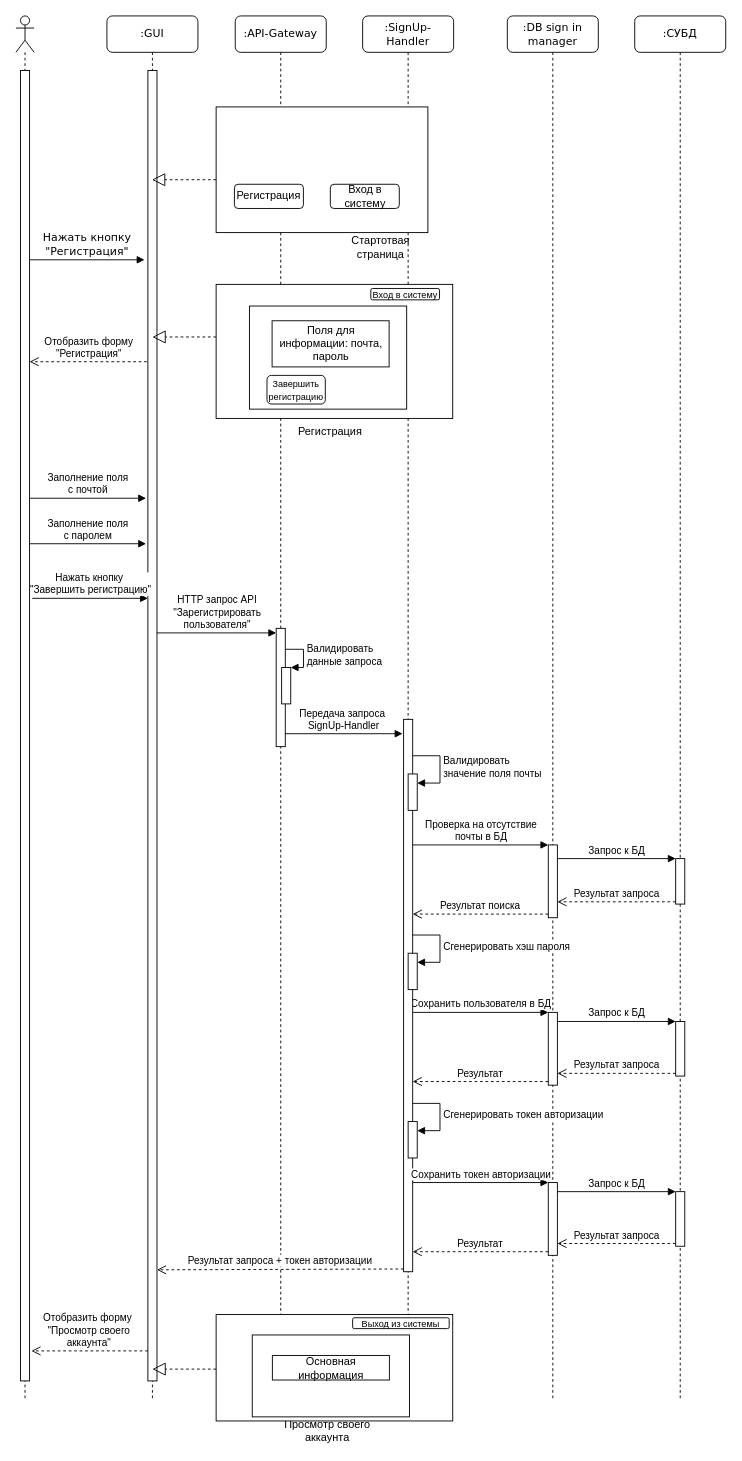
This is raw_diagrams/sign_up_request_flow_diagram.drawio from AS2/internet_technologies, a draw.io file, before an edit. Source tidied: cells renumbered, new cells numbered last; positions are measured from the earlier drawing's top-left corner, leaving out a move shared by most shapes. Both pictures are drawn from the tidied source at 91%, with x=0, y=0 at pixel (15, 15).
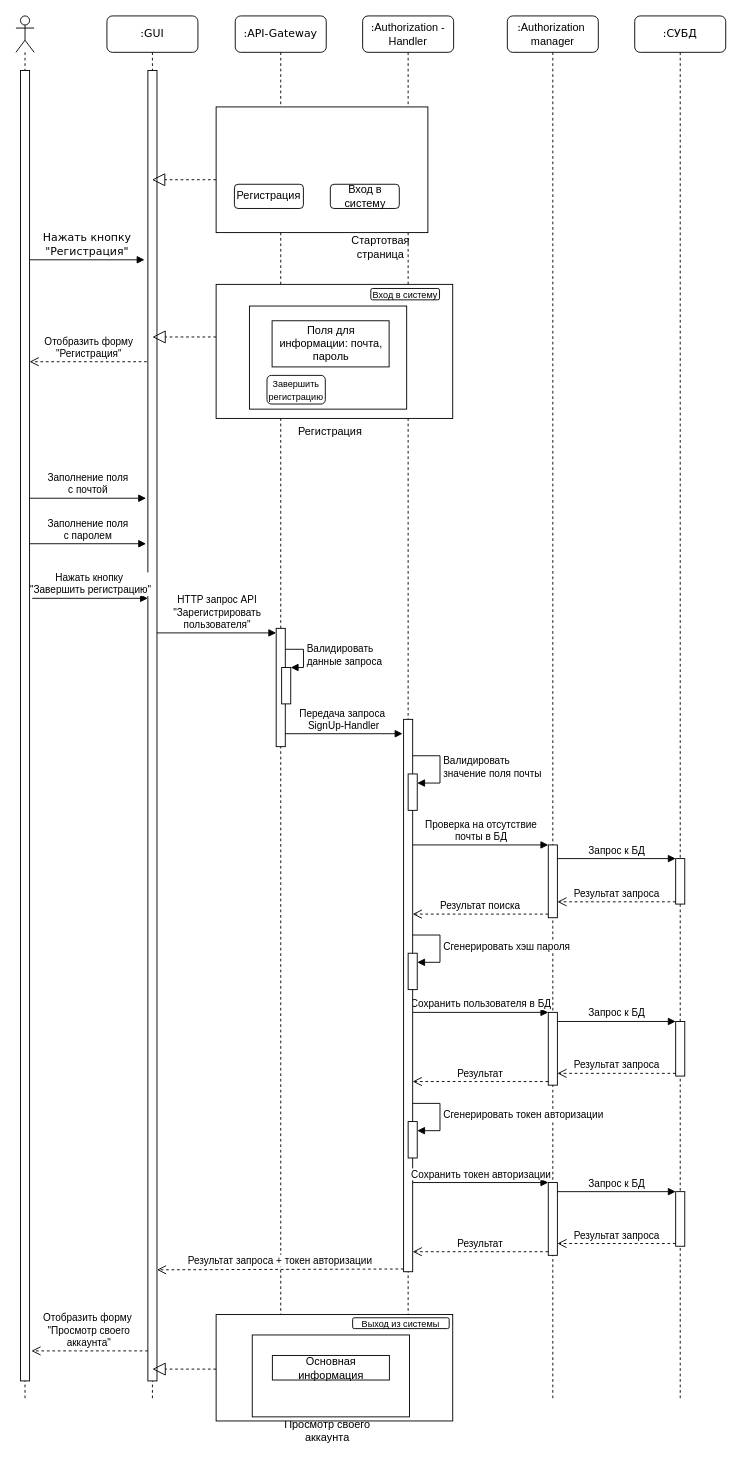
The same diagram, later.

Commit message (it also covers changes not shown here):
Fixed components and flow diagrams

What changed in the source:
```diff
@@
-    <mxCell id="12" value=":DB sign in manager" style="shape=umlLifeline;perimeter=lifelinePerimeter;whiteSpace=wrap;html=1;rounded=1;shadow=0;comic=0;labelBackgroundColor=none;strokeWidth=1;fontFamily=Verdana;fontSize=12;align=center;" parent="1" vertex="1">
+    <mxCell id="12" value=":&lt;span style=&quot;font-family: Helvetica;&quot;&gt;Authorization&amp;nbsp;&lt;/span&gt;&lt;br style=&quot;font-family: Helvetica;&quot;&gt;&lt;span style=&quot;font-family: Helvetica;&quot;&gt;manager&lt;/span&gt;" style="shape=umlLifeline;perimeter=lifelinePerimeter;whiteSpace=wrap;html=1;rounded=1;shadow=0;comic=0;labelBackgroundColor=none;strokeWidth=1;fontFamily=Verdana;fontSize=12;align=center;" parent="1" vertex="1">
       <mxGeometry x="540" width="100" height="1520" as="geometry" />
     </mxCell>
@@
-    <mxCell id="31" value=":SignUp-Handler" style="shape=umlLifeline;perimeter=lifelinePerimeter;whiteSpace=wrap;html=1;rounded=1;shadow=0;comic=0;labelBackgroundColor=none;strokeWidth=1;fontFamily=Verdana;fontSize=12;align=center;" parent="1" vertex="1">
+    <mxCell id="31" value=":&lt;span style=&quot;font-family: Helvetica;&quot;&gt;Authorization -Handler&lt;/span&gt;" style="shape=umlLifeline;perimeter=lifelinePerimeter;whiteSpace=wrap;html=1;rounded=1;shadow=0;comic=0;labelBackgroundColor=none;strokeWidth=1;fontFamily=Verdana;fontSize=12;align=center;" parent="1" vertex="1">
       <mxGeometry x="381" width="100" height="1520" as="geometry" />
     </mxCell>
```
